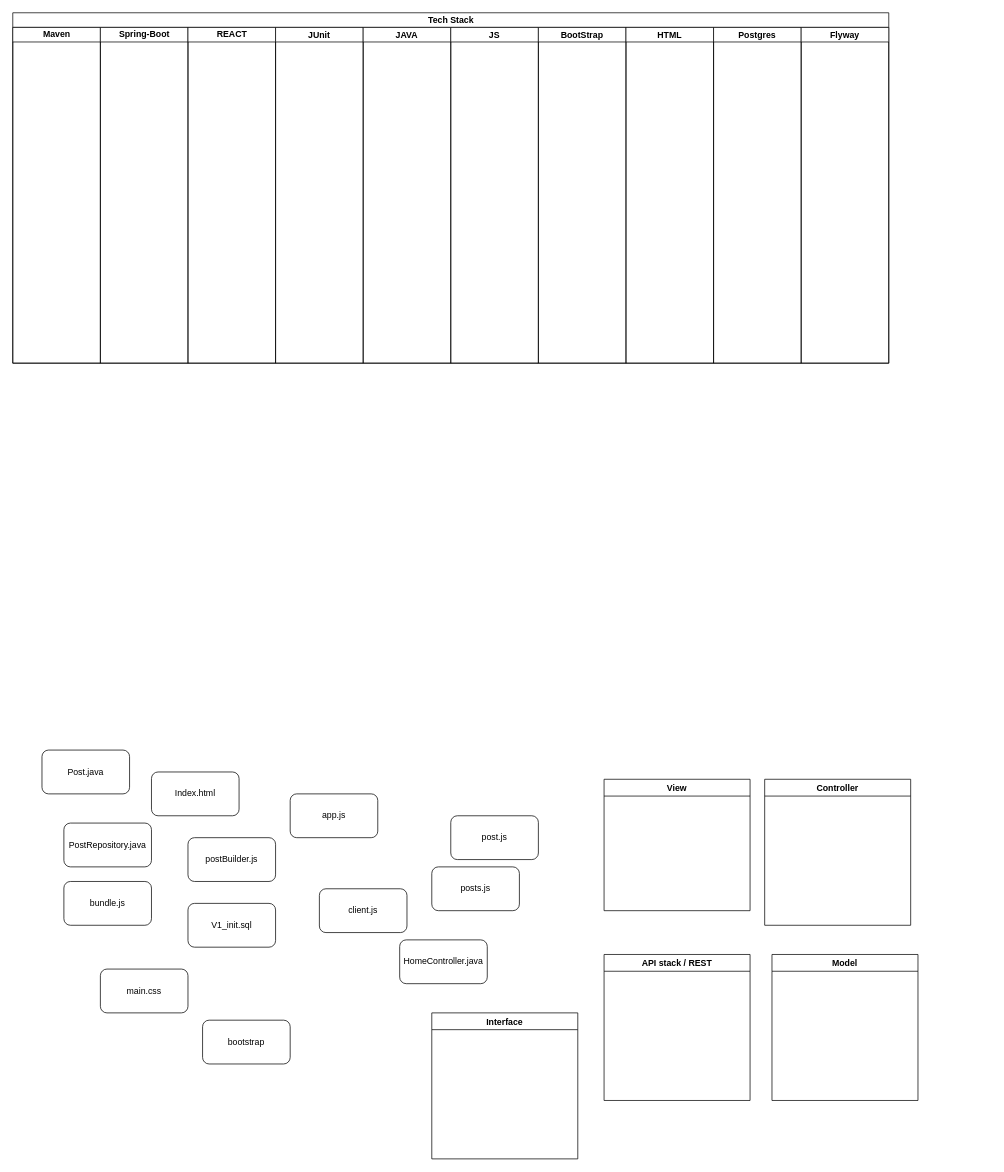
Before: page "Page-2" (2 of 3) of docs/Untitled Diagram.drawio in GDCStoney/acebook-java-4Aces, a draw.io diagram. Source tidied: cells renumbered, new cells numbered last; positions are measured from the earlier drawing's top-left corner, leaving out a move shared by most shapes. Both pictures are drawn from the tidied source at 73%, with x=0, y=0 at pixel (12, 12).
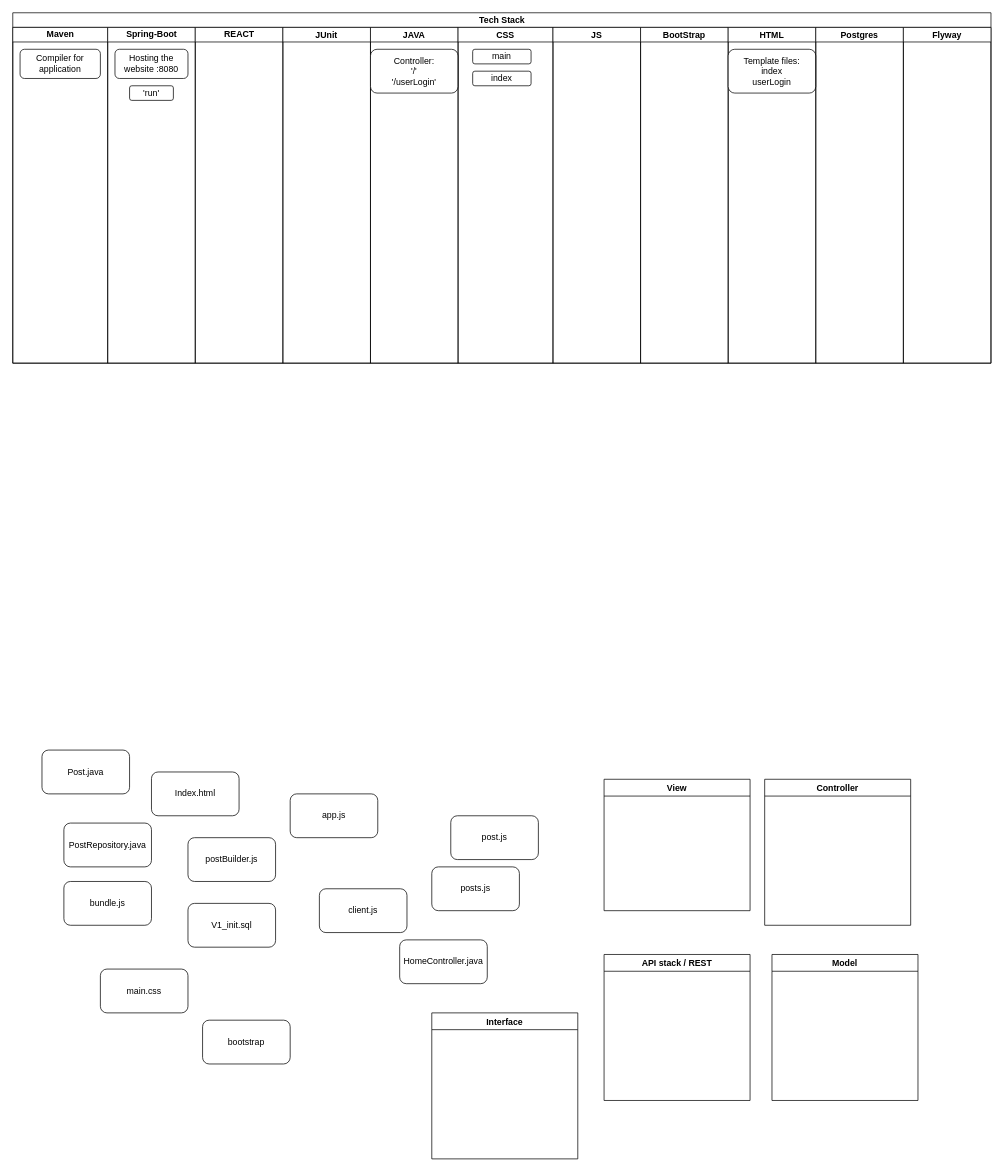
After the change.

Diff of the diagram source:
```diff
@@
     <mxCell id="2" value="Tech Stack" style="swimlane;html=1;startSize=20;" parent="1" vertex="1">
-      <mxGeometry width="1200" height="480" as="geometry" />
+      <mxGeometry width="1340" height="480" as="geometry" />
     </mxCell>
     <mxCell id="3" value="Maven" style="swimlane;html=1;startSize=20;" parent="2" vertex="1">
-      <mxGeometry y="20" width="120" height="460" as="geometry" />
+      <mxGeometry y="20" width="130" height="460" as="geometry" />
     </mxCell>
+    <mxCell id="31" value="Compiler for application" style="rounded=1;whiteSpace=wrap;html=1;" parent="3" vertex="1">
+      <mxGeometry x="10" y="30" width="110" height="40" as="geometry" />
+    </mxCell>
     <mxCell id="4" value="Spring-Boot" style="swimlane;html=1;startSize=20;" parent="2" vertex="1">
-      <mxGeometry x="120" y="20" width="120" height="460" as="geometry" />
+      <mxGeometry x="130" y="20" width="120" height="460" as="geometry" />
     </mxCell>
+    <mxCell id="32" value="Hosting the website :8080" style="rounded=1;whiteSpace=wrap;html=1;" parent="4" vertex="1">
+      <mxGeometry x="10" y="30" width="100" height="40" as="geometry" />
+    </mxCell>
+    <mxCell id="33" value="'run'" style="rounded=1;whiteSpace=wrap;html=1;" parent="4" vertex="1">
+      <mxGeometry x="30" y="80" width="60" height="20" as="geometry" />
+    </mxCell>
     <mxCell id="5" value="REACT" style="swimlane;html=1;startSize=20;" parent="2" vertex="1">
-      <mxGeometry x="240" y="20" width="120" height="460" as="geometry" />
+      <mxGeometry x="250" y="20" width="120" height="460" as="geometry" />
     </mxCell>
     <mxCell id="6" value="JUnit" style="swimlane;startSize=20;" parent="2" vertex="1">
-      <mxGeometry x="360" y="20" width="120" height="460" as="geometry" />
+      <mxGeometry x="370" y="20" width="120" height="460" as="geometry" />
     </mxCell>
     <mxCell id="7" value="JAVA" style="swimlane;startSize=20;" parent="2" vertex="1">
-      <mxGeometry x="480" y="20" width="120" height="460" as="geometry" />
+      <mxGeometry x="490" y="20" width="120" height="460" as="geometry" />
     </mxCell>
+    <mxCell id="34" value="Controller:&lt;br&gt;'/'&lt;br&gt;'/userLogin'" style="rounded=1;whiteSpace=wrap;html=1;" parent="7" vertex="1">
+      <mxGeometry y="30" width="120" height="60" as="geometry" />
+    </mxCell>
+    <mxCell id="35" value="CSS" style="swimlane;startSize=20;" parent="2" vertex="1">
+      <mxGeometry x="610" y="20" width="130" height="460" as="geometry" />
+    </mxCell>
+    <mxCell id="36" value="index" style="rounded=1;whiteSpace=wrap;html=1;" parent="35" vertex="1">
+      <mxGeometry x="20" y="60" width="80" height="20" as="geometry" />
+    </mxCell>
+    <mxCell id="37" value="main" style="rounded=1;whiteSpace=wrap;html=1;" parent="35" vertex="1">
+      <mxGeometry x="20" y="30" width="80" height="20" as="geometry" />
+    </mxCell>
     <mxCell id="8" value="JS" style="swimlane;startSize=20;" parent="2" vertex="1">
-      <mxGeometry x="600" y="20" width="120" height="460" as="geometry" />
+      <mxGeometry x="740" y="20" width="120" height="460" as="geometry" />
     </mxCell>
     <mxCell id="9" value="BootStrap" style="swimlane;startSize=20;" parent="2" vertex="1">
-      <mxGeometry x="720" y="20" width="120" height="460" as="geometry" />
+      <mxGeometry x="860" y="20" width="120" height="460" as="geometry" />
     </mxCell>
     <mxCell id="10" value="HTML" style="swimlane;startSize=20;" parent="2" vertex="1">
-      <mxGeometry x="840" y="20" width="120" height="460" as="geometry" />
+      <mxGeometry x="980" y="20" width="120" height="460" as="geometry" />
     </mxCell>
+    <mxCell id="38" value="Template files:&lt;br&gt;index&lt;br&gt;userLogin" style="rounded=1;whiteSpace=wrap;html=1;" parent="10" vertex="1">
+      <mxGeometry y="30" width="120" height="60" as="geometry" />
+    </mxCell>
     <mxCell id="11" value="Postgres" style="swimlane;startSize=20;" parent="2" vertex="1">
-      <mxGeometry x="960" y="20" width="120" height="460" as="geometry" />
+      <mxGeometry x="1100" y="20" width="120" height="460" as="geometry" />
     </mxCell>
     <mxCell id="12" value="Flyway" style="swimlane;startSize=20;" parent="2" vertex="1">
-      <mxGeometry x="1080" y="20" width="120" height="460" as="geometry" />
+      <mxGeometry x="1220" y="20" width="120" height="460" as="geometry" />
     </mxCell>
```
